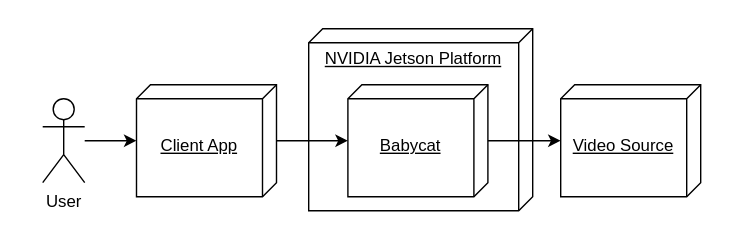
skim2048/babycat keeps this draw.io diagram as docs/srs/figs/2-1.drawio.svg. Above is the earlier version. Source tidied: cells renumbered, new cells last; positions are measured from the earlier drawing's top-left corner, leaving out a move shared by most shapes.
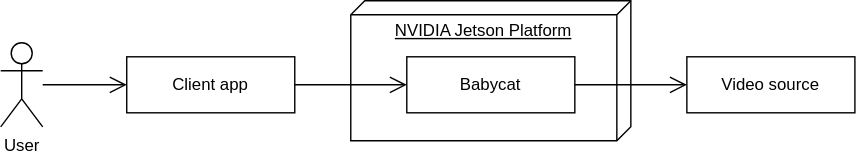
After the change.

What changed in the source:
```diff
@@ -2,32 +2,29 @@
   <root>
     <mxCell id="0" />
     <mxCell id="1" parent="0" />
-    <mxCell id="2" style="rounded=0;whiteSpace=wrap;html=1;fillColor=none;strokeColor=none;" parent="1" vertex="1">
-      <mxGeometry width="530" height="170" as="geometry" />
-    </mxCell>
     <mxCell id="3" value="NVIDIA Jetson Platform" style="verticalAlign=top;align=center;spacingTop=8;spacingLeft=2;spacingRight=12;shape=cube;size=10;direction=south;fontStyle=4;html=1;whiteSpace=wrap;fillColor=none;" parent="1" vertex="1">
-      <mxGeometry x="220" y="20" width="160" height="130" as="geometry" />
+      <mxGeometry x="280" y="30" width="200" height="100" as="geometry" />
     </mxCell>
-    <mxCell id="4" style="edgeStyle=none;html=1;" parent="1" edge="1" source="5" target="7">
-      <mxGeometry relative="1" as="geometry" />
-    </mxCell>
+    <mxCell id="11" style="edgeStyle=none;html=1;endArrow=open;endFill=0;endSize=10;" parent="1" edge="1" source="5" target="13">
+      <mxGeometry relative="1" as="geometry" />
+    </mxCell>
     <mxCell id="5" value="User" style="shape=umlActor;verticalLabelPosition=bottom;verticalAlign=top;html=1;outlineConnect=0;fillColor=none;" parent="1" vertex="1">
-      <mxGeometry x="30" y="70" width="30" height="60" as="geometry" />
+      <mxGeometry x="30" y="60" width="30" height="60" as="geometry" />
     </mxCell>
-    <mxCell id="6" style="edgeStyle=none;html=1;" parent="1" edge="1" source="7" target="9">
-      <mxGeometry relative="1" as="geometry" />
-    </mxCell>
-    <mxCell id="7" value="Client App" style="verticalAlign=middle;align=center;spacingTop=8;spacingLeft=2;spacingRight=12;shape=cube;size=10;direction=south;fontStyle=4;html=1;whiteSpace=wrap;fillColor=none;" parent="1" vertex="1">
-      <mxGeometry x="97" y="60" width="100" height="80" as="geometry" />
-    </mxCell>
-    <mxCell id="8" style="edgeStyle=none;html=1;" parent="1" edge="1" source="9" target="10">
-      <mxGeometry relative="1" as="geometry" />
-    </mxCell>
+    <mxCell id="12" style="edgeStyle=none;html=1;endArrow=open;endFill=0;endSize=10;" parent="1" edge="1" source="13" target="9">
+      <mxGeometry relative="1" as="geometry" />
+    </mxCell>
+    <mxCell id="13" value="Client app" style="rounded=0;whiteSpace=wrap;html=1;fillColor=none;" parent="1" vertex="1">
+      <mxGeometry x="120" y="70" width="120" height="40" as="geometry" />
+    </mxCell>
+    <mxCell id="14" style="edgeStyle=none;html=1;endArrow=open;endFill=0;endSize=10;" parent="1" edge="1" source="9" target="15">
+      <mxGeometry relative="1" as="geometry" />
+    </mxCell>
-    <mxCell id="9" value="Babycat" style="verticalAlign=middle;align=center;spacingTop=8;spacingLeft=2;spacingRight=12;shape=cube;size=10;direction=south;fontStyle=4;html=1;whiteSpace=wrap;fillColor=none;" parent="1" vertex="1">
-      <mxGeometry x="248" y="60" width="100" height="80" as="geometry" />
+    <mxCell id="9" value="Babycat" style="rounded=0;whiteSpace=wrap;html=1;fillColor=none;" parent="1" vertex="1">
+      <mxGeometry x="320" y="70" width="120" height="40" as="geometry" />
     </mxCell>
-    <mxCell id="10" value="Video Source" style="verticalAlign=middle;align=center;spacingTop=8;spacingLeft=2;spacingRight=12;shape=cube;size=10;direction=south;fontStyle=4;html=1;whiteSpace=wrap;fillColor=none;" parent="1" vertex="1">
-      <mxGeometry x="400" y="60" width="100" height="80" as="geometry" />
-    </mxCell>
+    <mxCell id="15" value="Video source" style="rounded=0;whiteSpace=wrap;html=1;fillColor=none;" parent="1" vertex="1">
+      <mxGeometry x="520" y="70" width="120" height="40" as="geometry" />
+    </mxCell>
   </root>
 </mxGraphModel>
```
